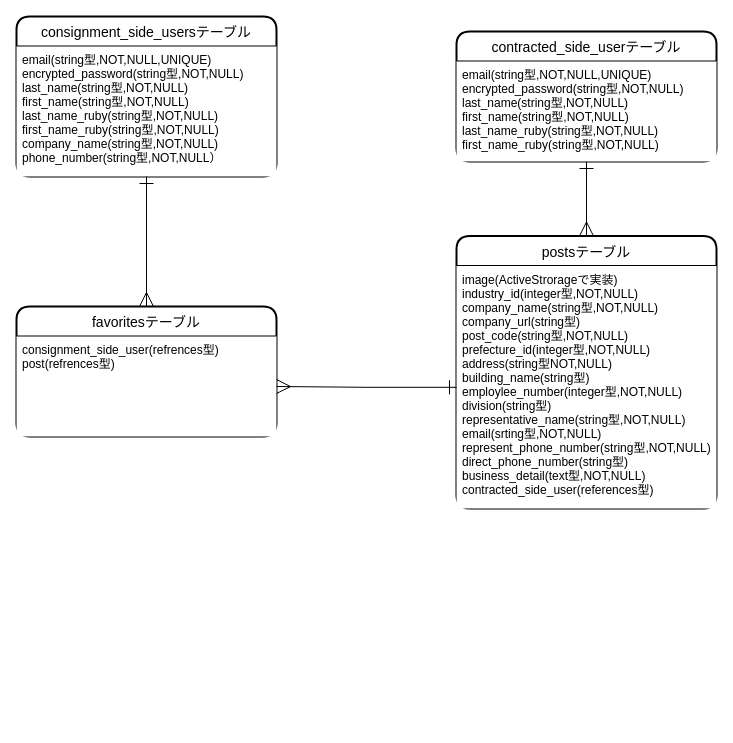
This is er_diagram.dio from hiroki1121/assistance_company, a draw.io file, before an edit. Source tidied: cells renumbered, new cells numbered last; positions are measured from the earlier drawing's top-left corner, leaving out a move shared by most shapes. Both pictures are drawn from the tidied source at 100%, with x=0, y=0 at pixel (16, 16).
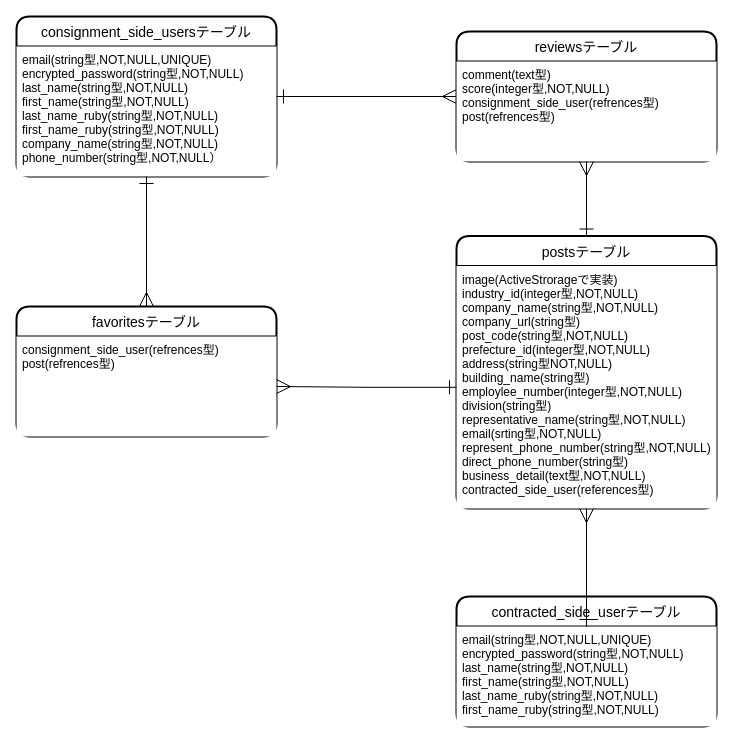
After the change.

Commit message (it also covers changes not shown here):
レビュー機能DB設計

Diff of the diagram source:
```diff
@@
 <mxGraphModel>
   <root>
     <mxCell id="0" />
     <mxCell id="1" parent="0" />
     <mxCell id="2" value="consignment_side_usersテーブル" style="swimlane;horizontal=1;startSize=30;rounded=1;fontSize=14;fontStyle=0;strokeWidth=2;shadow=0;dashed=0;align=center;labelBackgroundColor=none;fillColor=#FFFFFF;fontColor=#000000;labelBorderColor=none;swimlaneFillColor=none;strokeColor=#000000;" parent="1" vertex="1">
       <mxGeometry width="260" height="160" as="geometry" />
     </mxCell>
     <mxCell id="3" value="email(string型,NOT,NULL,UNIQUE)&#10;encrypted_password(string型,NOT,NULL)&#10;last_name(string型,NOT,NULL)&#10;first_name(string型,NOT,NULL)&#10;last_name_ruby(string型,NOT,NULL)&#10;first_name_ruby(string型,NOT,NULL)&#10;company_name(string型,NOT,NULL)&#10;phone_number(string型,NOT,NULL）" style="align=left;strokeColor=none;spacingLeft=4;fontSize=12;verticalAlign=top;fillColor=#FFFFFF;fontColor=#000000;" parent="2" vertex="1">
       <mxGeometry y="30" width="260" height="130" as="geometry" />
     </mxCell>
-    <mxCell id="4" style="edgeStyle=orthogonalEdgeStyle;rounded=0;jettySize=auto;html=1;entryX=0.5;entryY=0;entryDx=0;entryDy=0;startArrow=ERone;startFill=0;startSize=12;endArrow=ERmany;endFill=0;endSize=12;strokeWidth=1;fontColor=#000000;" parent="1" edge="1" source="5" target="7">
-      <mxGeometry relative="1" as="geometry" />
-    </mxCell>
     <mxCell id="5" value="contracted_side_userテーブル" style="swimlane;horizontal=1;startSize=30;rounded=1;fontSize=14;fontStyle=0;strokeWidth=2;shadow=0;dashed=0;align=center;labelBackgroundColor=none;fillColor=#FFFFFF;fontColor=#000000;labelBorderColor=none;swimlaneFillColor=none;strokeColor=#000000;" parent="1" vertex="1">
-      <mxGeometry x="440" y="15" width="260" height="130" as="geometry" />
+      <mxGeometry x="440" y="580" width="260" height="130" as="geometry" />
     </mxCell>
     <mxCell id="6" value="email(string型,NOT,NULL,UNIQUE)&#10;encrypted_password(string型,NOT,NULL)&#10;last_name(string型,NOT,NULL)&#10;first_name(string型,NOT,NULL)&#10;last_name_ruby(string型,NOT,NULL)&#10;first_name_ruby(string型,NOT,NULL)" style="align=left;strokeColor=none;spacingLeft=4;fontSize=12;verticalAlign=top;fillColor=#FFFFFF;fontColor=#000000;" parent="5" vertex="1">
       <mxGeometry y="30" width="260" height="100" as="geometry" />
     </mxCell>
     <mxCell id="7" value="postsテーブル" style="swimlane;horizontal=1;startSize=30;rounded=1;fontSize=14;fontStyle=0;strokeWidth=2;shadow=0;dashed=0;align=center;labelBackgroundColor=none;fillColor=#FFFFFF;fontColor=#000000;labelBorderColor=none;swimlaneFillColor=none;strokeColor=#000000;" parent="1" vertex="1">
       <mxGeometry x="440" y="219.5" width="260" height="272.5" as="geometry" />
     </mxCell>
     <mxCell id="8" value="image(ActiveStrorageで実装)&#10;industry_id(integer型,NOT,NULL)&#10;company_name(string型,NOT,NULL)&#10;company_url(string型)&#10;post_code(string型,NOT,NULL)&#10;prefecture_id(integer型,NOT,NULL)&#10;address(string型NOT,NULL)&#10;building_name(string型)&#10;employlee_number(integer型,NOT,NULL)&#10;division(string型)&#10;representative_name(string型,NOT,NULL)&#10;email(srting型,NOT,NULL)&#10;represent_phone_number(string型,NOT,NULL)&#10;direct_phone_number(string型)&#10;business_detail(text型,NOT,NULL)&#10;contracted_side_user(references型)" style="align=left;strokeColor=none;spacingLeft=4;fontSize=12;verticalAlign=top;fillColor=#FFFFFF;fontColor=#000000;" parent="7" vertex="1">
       <mxGeometry y="30" width="260" height="242.5" as="geometry" />
     </mxCell>
     <mxCell id="9" value="favoritesテーブル" style="swimlane;horizontal=1;startSize=30;rounded=1;fontSize=14;fontStyle=0;strokeWidth=2;shadow=0;dashed=0;align=center;labelBackgroundColor=none;fillColor=#FFFFFF;fontColor=#000000;labelBorderColor=none;swimlaneFillColor=none;strokeColor=#000000;" parent="1" vertex="1">
       <mxGeometry y="290" width="260" height="130" as="geometry" />
     </mxCell>
     <mxCell id="10" value="consignment_side_user(refrences型)&#10;post(refrences型)" style="align=left;strokeColor=none;spacingLeft=4;fontSize=12;verticalAlign=top;fillColor=#FFFFFF;fontColor=#000000;" parent="9" vertex="1">
       <mxGeometry y="30" width="260" height="100" as="geometry" />
     </mxCell>
     <mxCell id="11" style="edgeStyle=orthogonalEdgeStyle;rounded=0;jettySize=auto;html=1;exitX=0.5;exitY=1;exitDx=0;exitDy=0;entryX=0.5;entryY=0;entryDx=0;entryDy=0;fontColor=#000000;endArrow=ERmany;endFill=0;startArrow=ERone;startFill=0;strokeWidth=1;endSize=12;startSize=12;" parent="1" edge="1" source="3" target="9">
       <mxGeometry relative="1" as="geometry" />
     </mxCell>
     <mxCell id="12" style="edgeStyle=orthogonalEdgeStyle;rounded=0;jettySize=auto;html=1;startArrow=ERone;startFill=0;startSize=12;endArrow=ERmany;endFill=0;endSize=12;strokeWidth=1;fontColor=#000000;" parent="1" edge="1" source="8">
       <mxGeometry relative="1" as="geometry">
         <mxPoint x="260" y="370" as="targetPoint" />
       </mxGeometry>
     </mxCell>
+    <mxCell id="13" style="edgeStyle=orthogonalEdgeStyle;rounded=0;jettySize=auto;html=1;endSize=12;startSize=12;endArrow=ERmany;endFill=0;startArrow=ERone;startFill=0;" parent="1" edge="1" source="6" target="8">
+      <mxGeometry relative="1" as="geometry" />
+    </mxCell>
+    <mxCell id="14" style="edgeStyle=orthogonalEdgeStyle;rounded=0;jettySize=auto;html=1;startArrow=ERone;startFill=0;startSize=12;endArrow=ERmany;endFill=0;endSize=12;exitX=1;exitY=0.5;exitDx=0;exitDy=0;" parent="1" edge="1" source="2" target="15">
+      <mxGeometry relative="1" as="geometry" />
+    </mxCell>
+    <mxCell id="15" value="reviewsテーブル" style="swimlane;horizontal=1;startSize=30;rounded=1;fontSize=14;fontStyle=0;strokeWidth=2;shadow=0;dashed=0;align=center;labelBackgroundColor=none;fillColor=#FFFFFF;fontColor=#000000;labelBorderColor=none;swimlaneFillColor=none;strokeColor=#000000;" parent="1" vertex="1">
+      <mxGeometry x="440" y="15" width="260" height="130" as="geometry" />
+    </mxCell>
+    <mxCell id="16" value="comment(text型)&#10;score(integer型,NOT,NULL)&#10;consignment_side_user(refrences型)&#10;post(refrences型)" style="align=left;strokeColor=none;spacingLeft=4;fontSize=12;verticalAlign=top;fillColor=#FFFFFF;fontColor=#000000;" parent="15" vertex="1">
+      <mxGeometry y="30" width="260" height="100" as="geometry" />
+    </mxCell>
+    <mxCell id="17" style="align=left;strokeColor=none;spacingLeft=4;fontSize=12;verticalAlign=top;fillColor=#FFFFFF;fontColor=#000000;" parent="15" vertex="1">
+      <mxGeometry y="130" width="260" as="geometry" />
+    </mxCell>
+    <mxCell id="18" style="edgeStyle=orthogonalEdgeStyle;rounded=0;jettySize=auto;html=1;startArrow=ERone;startFill=0;startSize=12;endArrow=ERmany;endFill=0;endSize=12;exitX=0.5;exitY=0;exitDx=0;exitDy=0;" parent="1" edge="1" source="7" target="16">
+      <mxGeometry relative="1" as="geometry" />
+    </mxCell>
   </root>
 </mxGraphModel>
```
